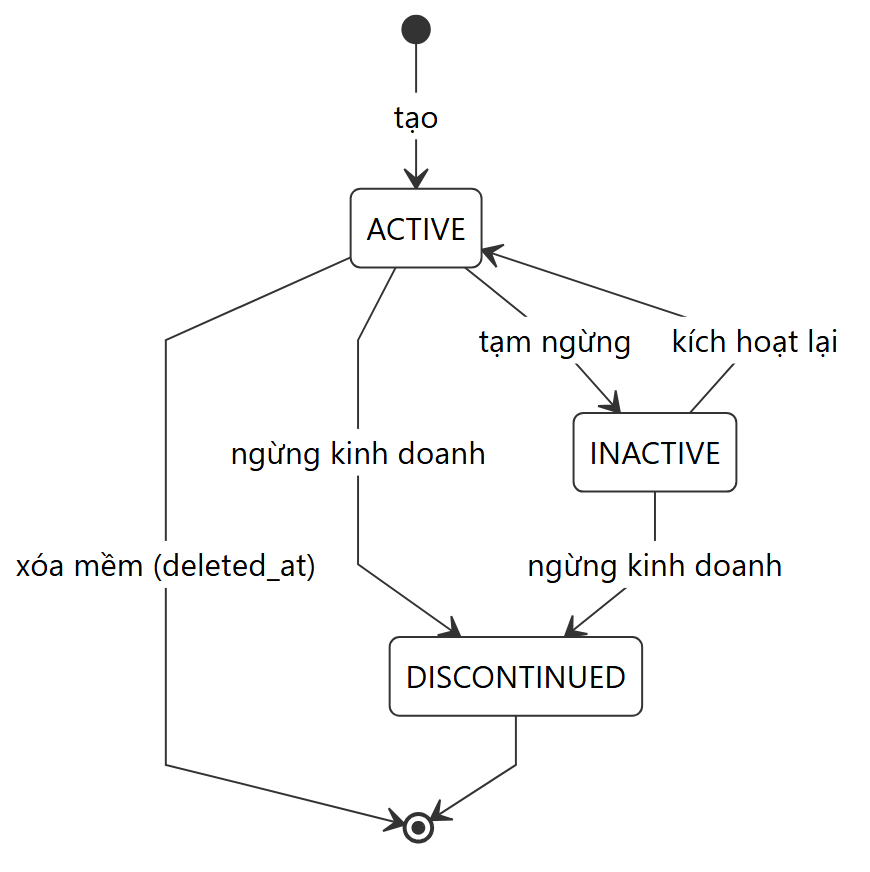
Before: docs/diagrams/41_3-3-6_chuc-nang-quan-ly-san-pham-va-sku-catalog_state.png, a diagram exported from Mermaid (nguyenthihongnhu-dotcom/luanvan2026). Its source is kept beside it as docs/diagrams/41_3-3-6_chuc-nang-quan-ly-san-pham-va-sku-catalog_state.mmd. The source it was exported from:
```mermaid
stateDiagram-v2
    [*] --> ACTIVE: tạo
    ACTIVE --> INACTIVE: tạm ngừng
    INACTIVE --> ACTIVE: kích hoạt lại
    ACTIVE --> DISCONTINUED: ngừng kinh doanh
    INACTIVE --> DISCONTINUED: ngừng kinh doanh
    ACTIVE --> [*]: xóa mềm (deleted_at)
    DISCONTINUED --> [*]
```
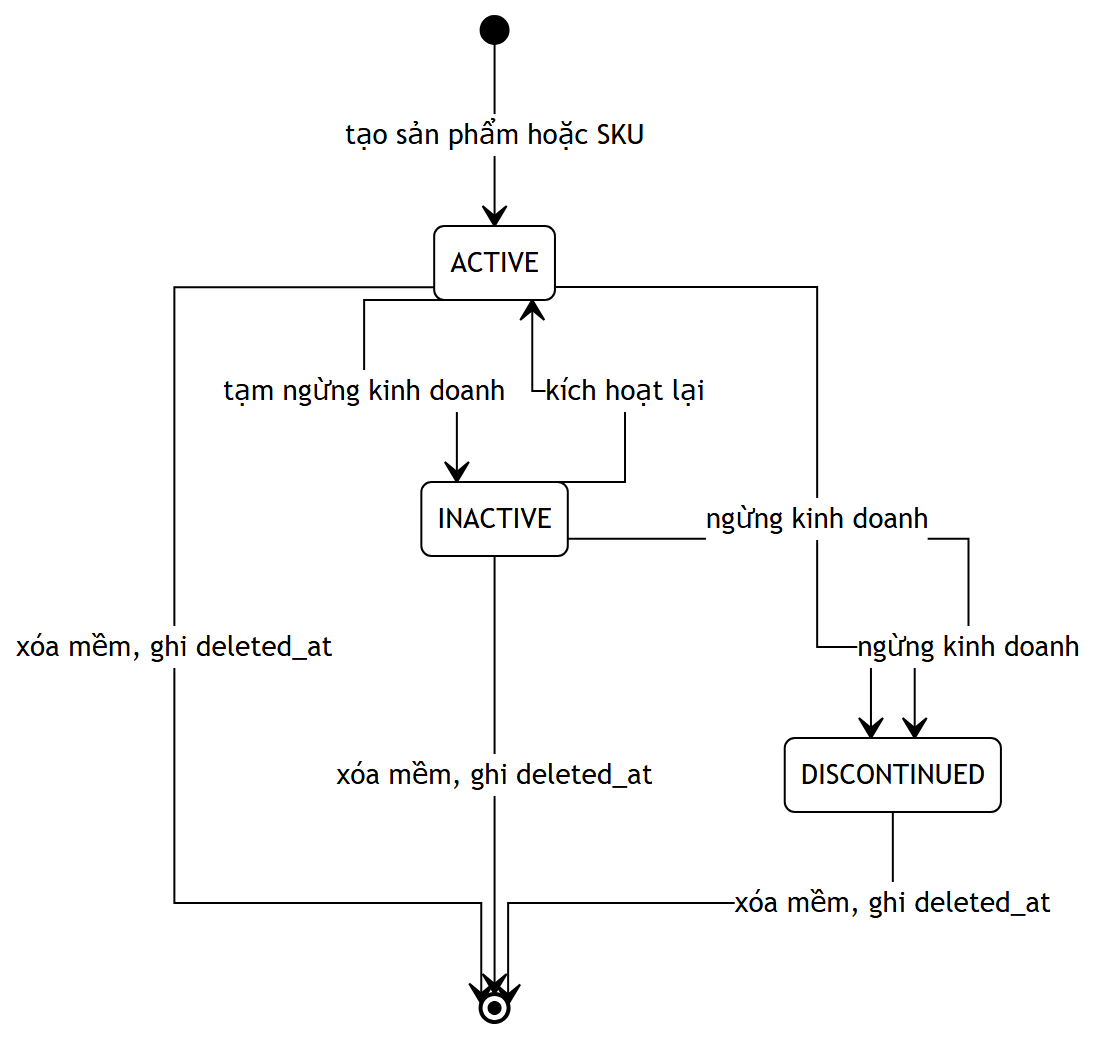
The same diagram one commit later.

Change to the diagram source:
```diff
@@ -1,8 +1,34 @@
+%%{init: {
+  'theme': 'base',
+  'themeVariables': {
+    'primaryColor': '#ffffff',
+    'primaryBorderColor': '#000000',
+    'primaryTextColor': '#000000',
+    'secondaryColor': '#ffffff',
+    'secondaryBorderColor': '#000000',
+    'secondaryTextColor': '#000000',
+    'tertiaryColor': '#ffffff',
+    'tertiaryBorderColor': '#000000',
+    'tertiaryTextColor': '#000000',
+    'lineColor': '#000000',
+    'textColor': '#000000',
+    'mainBkg': '#ffffff',
+    'nodeBorder': '#000000',
+    'clusterBkg': '#ffffff',
+    'clusterBorder': '#000000',
+    'edgeLabelBackground': '#ffffff',
+    'fontSize': '14px',
+    'labelBackgroundColor': '#ffffff'
+  },
+  'flowchart': { 'curve': 'stepAfter', 'nodeSpacing': 60, 'rankSpacing': 70, 'padding': 12 },
+  'state': { 'padding': 12, 'useMaxWidth': false }
+}}%%
 stateDiagram-v2
-    [*] --> ACTIVE: tạo
-    ACTIVE --> INACTIVE: tạm ngừng
+    [*] --> ACTIVE: tạo sản phẩm hoặc SKU
+    ACTIVE --> INACTIVE: tạm ngừng kinh doanh
     INACTIVE --> ACTIVE: kích hoạt lại
     ACTIVE --> DISCONTINUED: ngừng kinh doanh
     INACTIVE --> DISCONTINUED: ngừng kinh doanh
-    ACTIVE --> [*]: xóa mềm (deleted_at)
-    DISCONTINUED --> [*]
+    ACTIVE --> [*]: xóa mềm, ghi deleted_at
+    INACTIVE --> [*]: xóa mềm, ghi deleted_at
+    DISCONTINUED --> [*]: xóa mềm, ghi deleted_at
```
